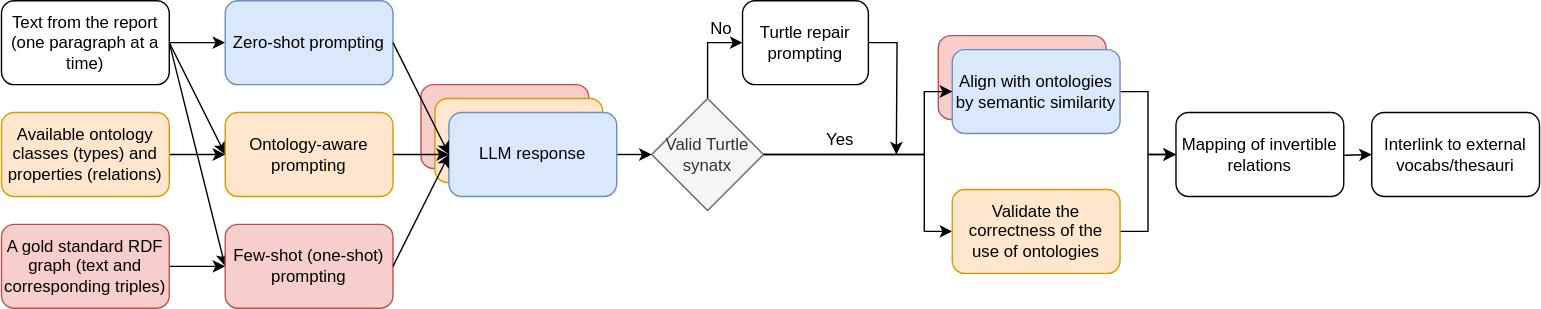
This is LLM4KG.svg from soilwise-he/soil-health-knowledge-graph, a draw.io export, as it was before one commit. Source tidied: cells renumbered, new cells last; positions are measured from the earlier drawing's top-left corner, leaving out a move shared by most shapes.
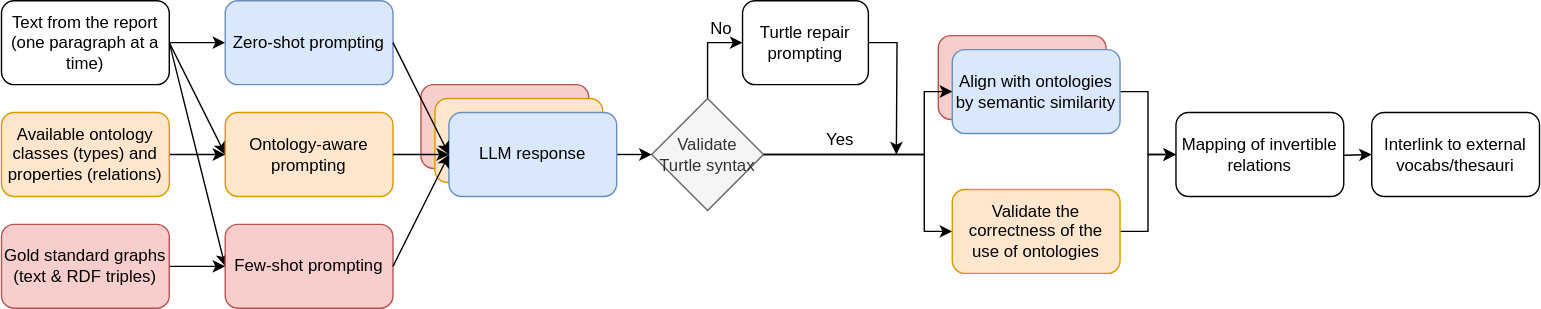
After the change.

The edit, as a diff of the source:
```diff
@@ -14,7 +14,7 @@
     <mxCell id="5" value="Text from the report&lt;div&gt;(one paragraph at a time)&lt;/div&gt;" style="rounded=1;whiteSpace=wrap;html=1;" parent="1" vertex="1">
       <mxGeometry width="120" height="60" as="geometry" />
     </mxCell>
-    <mxCell id="6" value="Few-shot (one-shot) prompting" style="rounded=1;whiteSpace=wrap;html=1;fillColor=#f8cecc;strokeColor=#b85450;" parent="1" vertex="1">
+    <mxCell id="6" value="Few-shot prompting" style="rounded=1;whiteSpace=wrap;html=1;fillColor=#f8cecc;strokeColor=#b85450;" parent="1" vertex="1">
       <mxGeometry x="160" y="160" width="120" height="60" as="geometry" />
     </mxCell>
     <mxCell id="7" value="Ontology-aware prompting" style="rounded=1;whiteSpace=wrap;html=1;fillColor=#ffe6cc;strokeColor=#d79b00;" parent="1" vertex="1">
@@ -34,13 +34,13 @@
         </Array>
       </mxGeometry>
     </mxCell>
-    <mxCell id="11" value="Valid Turtle synatx" style="rhombus;whiteSpace=wrap;html=1;fillColor=#f5f5f5;strokeColor=#666666;fontColor=#333333;" parent="1" vertex="1">
+    <mxCell id="11" value="Validate&lt;div&gt;Turtle syntax&lt;/div&gt;" style="rhombus;whiteSpace=wrap;html=1;fillColor=#f5f5f5;strokeColor=#666666;fontColor=#333333;" parent="1" vertex="1">
       <mxGeometry x="465" y="70" width="80" height="80" as="geometry" />
     </mxCell>
     <mxCell id="12" style="edgeStyle=orthogonalEdgeStyle;rounded=0;jettySize=auto;html=1;exitX=1;exitY=0.5;exitDx=0;exitDy=0;entryX=0;entryY=0.5;entryDx=0;entryDy=0;" parent="1" edge="1" source="13" target="6">
       <mxGeometry relative="1" as="geometry" />
     </mxCell>
-    <mxCell id="13" value="A gold standard RDF graph (text and corresponding triples)" style="rounded=1;whiteSpace=wrap;html=1;fillColor=#f8cecc;strokeColor=#b85450;" parent="1" vertex="1">
+    <mxCell id="13" value="Gold standard graphs (text &amp;amp; RDF triples)" style="rounded=1;whiteSpace=wrap;html=1;fillColor=#f8cecc;strokeColor=#b85450;" parent="1" vertex="1">
       <mxGeometry y="160" width="120" height="60" as="geometry" />
     </mxCell>
     <mxCell id="14" style="edgeStyle=orthogonalEdgeStyle;rounded=0;jettySize=auto;html=1;exitX=1;exitY=0.5;exitDx=0;exitDy=0;entryX=0;entryY=0.5;entryDx=0;entryDy=0;" parent="1" edge="1" source="15" target="7">
```
